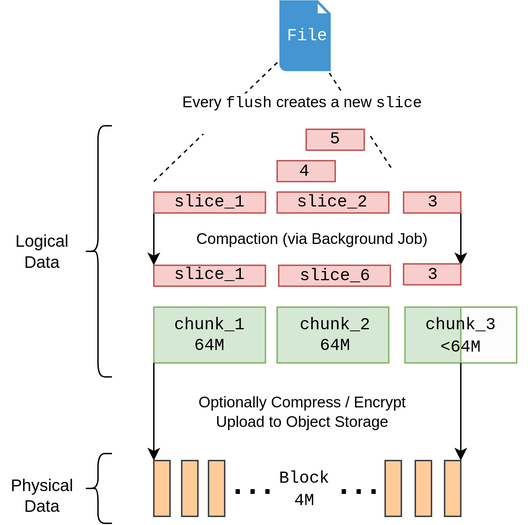
Above: docs/en/images/data-structure-diagram.svg in juicedata/juicefs (draw.io), before the change. Source tidied: cells renumbered, new cells last; positions are measured from the earlier drawing's top-left corner, leaving out a move shared by most shapes. Its diagram source:
```xml
<mxGraphModel>
  <root>
    <mxCell id="0" />
    <mxCell id="1" parent="0" />
    <mxCell id="2" style="shadow=0;dashed=0;html=1;strokeColor=none;fillColor=#4495D1;labelPosition=center;verticalLabelPosition=bottom;verticalAlign=top;align=center;outlineConnect=0;shape=mxgraph.veeam.2d.file;" parent="1" vertex="1">
      <mxGeometry x="200" width="36.8" height="50.8" as="geometry" />
    </mxCell>
    <mxCell id="3" value="&lt;font face=&quot;Courier New&quot;&gt;File&lt;/font&gt;" style="text;strokeColor=none;align=center;fillColor=none;html=1;verticalAlign=middle;whiteSpace=wrap;rounded=0;fontColor=#ffffff;" parent="1" vertex="1">
      <mxGeometry x="190" y="10.4" width="60" height="30" as="geometry" />
    </mxCell>
    <mxCell id="4" value="&lt;p style=&quot;margin:13px;&quot;&gt;&lt;br&gt;&lt;/p&gt;" style="shape=rect;html=1;overflow=fill;whiteSpace=wrap;align=center;fillColor=#d5e8d4;strokeColor=#82b366;" parent="1" vertex="1">
      <mxGeometry x="198.4" y="220" width="80" height="40" as="geometry" />
    </mxCell>
    <mxCell id="5" value="&lt;p style=&quot;text-align: left; margin: 13px;&quot;&gt;&lt;br&gt;&lt;/p&gt;" style="shape=rect;html=1;overflow=fill;whiteSpace=wrap;align=center;fillColor=#d5e8d4;strokeColor=#82b366;" parent="1" vertex="1">
      <mxGeometry x="110" y="220" width="80" height="40" as="geometry" />
    </mxCell>
    <mxCell id="6" value="&lt;p style=&quot;margin:13px;&quot;&gt;&lt;br&gt;&lt;/p&gt;" style="shape=rect;html=1;overflow=fill;whiteSpace=wrap;align=center;fillColor=#d5e8d4;strokeColor=#82b366;gradientColor=none;gradientDirection=east;" parent="1" vertex="1">
      <mxGeometry x="290" y="220" width="80" height="40" as="geometry" />
    </mxCell>
    <mxCell id="7" style="endArrow=none;dashed=1;html=1;rounded=0;exitX=0;exitY=0;exitDx=0;exitDy=0;" parent="1" edge="1" target="2">
      <mxGeometry relative="1" as="geometry">
        <mxPoint x="110" y="130" as="sourcePoint" />
      </mxGeometry>
    </mxCell>
    <mxCell id="8" style="endArrow=none;dashed=1;html=1;rounded=0;exitX=1;exitY=0;exitDx=0;exitDy=0;" parent="1" edge="1" target="2">
      <mxGeometry relative="1" as="geometry">
        <mxPoint x="280" y="120" as="sourcePoint" />
      </mxGeometry>
    </mxCell>
    <mxCell id="9" value="chunk_1&lt;br&gt;64M" style="text;strokeColor=none;align=center;fillColor=none;html=1;verticalAlign=middle;whiteSpace=wrap;rounded=0;fontFamily=Courier New;" parent="1" vertex="1">
      <mxGeometry x="100" y="225" width="100" height="30" as="geometry" />
    </mxCell>
    <mxCell id="10" value="chunk_2&lt;br&gt;64M" style="text;strokeColor=none;align=center;fillColor=none;html=1;verticalAlign=middle;whiteSpace=wrap;rounded=0;fontFamily=Courier New;" parent="1" vertex="1">
      <mxGeometry x="190" y="225" width="100" height="30" as="geometry" />
    </mxCell>
    <mxCell id="11" value="&lt;p style=&quot;margin:13px;&quot;&gt;&lt;br&gt;&lt;/p&gt;" style="shape=rect;html=1;overflow=fill;whiteSpace=wrap;align=center;fillColor=#FCFCFC;strokeColor=#82b366;gradientColor=none;gradientDirection=east;" parent="1" vertex="1">
      <mxGeometry x="330" y="220" width="40" height="40" as="geometry" />
    </mxCell>
    <mxCell id="12" value="&lt;font face=&quot;Courier New&quot;&gt;chunk_3&lt;br&gt;&amp;lt;64M&lt;/font&gt;" style="text;strokeColor=none;align=center;fillColor=none;html=1;verticalAlign=middle;whiteSpace=wrap;rounded=0;" parent="1" vertex="1">
      <mxGeometry x="280" y="225" width="100" height="30" as="geometry" />
    </mxCell>
    <mxCell id="13" value="&lt;p style=&quot;text-align: left; margin: 13px;&quot;&gt;&lt;br&gt;&lt;/p&gt;" style="shape=rect;html=1;overflow=fill;whiteSpace=wrap;align=center;fillColor=#ffcc99;strokeColor=#36393d;" parent="1" vertex="1">
      <mxGeometry x="110" y="330" width="11.6" height="40" as="geometry" />
    </mxCell>
    <mxCell id="14" value="&lt;p style=&quot;text-align: left; margin: 13px;&quot;&gt;&lt;br&gt;&lt;/p&gt;" style="shape=rect;html=1;overflow=fill;whiteSpace=wrap;align=center;fillColor=#ffcc99;strokeColor=#36393d;" parent="1" vertex="1">
      <mxGeometry x="130" y="330" width="11.6" height="40" as="geometry" />
    </mxCell>
    <mxCell id="15" value="&lt;p style=&quot;text-align: left; margin: 13px;&quot;&gt;&lt;br&gt;&lt;/p&gt;" style="shape=rect;html=1;overflow=fill;whiteSpace=wrap;align=center;fillColor=#ffcc99;strokeColor=#36393d;" parent="1" vertex="1">
      <mxGeometry x="149.2" y="330" width="11.6" height="40" as="geometry" />
    </mxCell>
    <mxCell id="16" value="&lt;p style=&quot;text-align: left; margin: 13px;&quot;&gt;&lt;br&gt;&lt;/p&gt;" style="shape=rect;html=1;overflow=fill;whiteSpace=wrap;align=center;fillColor=#ffcc99;strokeColor=#36393d;" parent="1" vertex="1">
      <mxGeometry x="275.8" y="330" width="11.6" height="40" as="geometry" />
    </mxCell>
    <mxCell id="17" value="&lt;p style=&quot;text-align: left; margin: 13px;&quot;&gt;&lt;br&gt;&lt;/p&gt;" style="shape=rect;html=1;overflow=fill;whiteSpace=wrap;align=center;fillColor=#ffcc99;strokeColor=#36393d;" parent="1" vertex="1">
      <mxGeometry x="297.4" y="330" width="11.6" height="40" as="geometry" />
    </mxCell>
    <mxCell id="18" value="&lt;p style=&quot;text-align: left; margin: 13px;&quot;&gt;&lt;br&gt;&lt;/p&gt;" style="shape=rect;html=1;overflow=fill;whiteSpace=wrap;align=center;fillColor=#ffcc99;strokeColor=#36393d;" parent="1" vertex="1">
      <mxGeometry x="318.4" y="330" width="11.6" height="40" as="geometry" />
    </mxCell>
    <mxCell id="19" value="&lt;font face=&quot;Courier New&quot;&gt;Block 4M&lt;br&gt;&lt;/font&gt;" style="text;strokeColor=none;align=center;fillColor=none;html=1;verticalAlign=middle;whiteSpace=wrap;rounded=0;" parent="1" vertex="1">
      <mxGeometry x="191.3" y="335" width="54.2" height="30" as="geometry" />
    </mxCell>
    <mxCell id="20" style="shape=curlyBracket;whiteSpace=wrap;html=1;rounded=1;labelPosition=left;verticalLabelPosition=middle;align=right;verticalAlign=middle;" parent="1" vertex="1">
      <mxGeometry x="60" y="90" width="20" height="180" as="geometry" />
    </mxCell>
    <mxCell id="21" value="Logical&lt;br&gt;Data" style="text;strokeColor=none;align=center;fillColor=none;html=1;verticalAlign=middle;whiteSpace=wrap;rounded=0;" parent="1" vertex="1">
      <mxGeometry y="165" width="60" height="30" as="geometry" />
    </mxCell>
    <mxCell id="22" style="shape=curlyBracket;whiteSpace=wrap;html=1;rounded=1;labelPosition=left;verticalLabelPosition=middle;align=right;verticalAlign=middle;" parent="1" vertex="1">
      <mxGeometry x="60" y="325" width="20" height="50" as="geometry" />
    </mxCell>
    <mxCell id="23" value="Physical&lt;br&gt;Data" style="text;strokeColor=none;align=center;fillColor=none;html=1;verticalAlign=middle;whiteSpace=wrap;rounded=0;" parent="1" vertex="1">
      <mxGeometry y="340" width="60" height="30" as="geometry" />
    </mxCell>
    <mxCell id="24" style="endArrow=classic;html=1;rounded=0;exitX=0;exitY=1;exitDx=0;exitDy=0;entryX=0;entryY=0;entryDx=0;entryDy=0;" parent="1" edge="1" source="5" target="13">
      <mxGeometry relative="1" as="geometry" />
    </mxCell>
    <mxCell id="25" value="Optionally Compress / Encrypt&lt;br&gt;Upload to Object Storage" style="edgeLabel;html=1;align=center;verticalAlign=middle;fontFamily=Helvetica;" parent="24" vertex="1">
      <mxGeometry relative="1" as="geometry">
        <mxPoint x="106" as="offset" />
      </mxGeometry>
    </mxCell>
    <mxCell id="26" style="endArrow=classic;html=1;rounded=0;exitX=0.5;exitY=1;exitDx=0;exitDy=0;" parent="1" edge="1" source="6">
      <mxGeometry relative="1" as="geometry">
        <mxPoint x="330" y="330" as="targetPoint" />
      </mxGeometry>
    </mxCell>
    <mxCell id="27" value="&lt;font style=&quot;font-size: 32px;&quot;&gt;&lt;span&gt;···&lt;/span&gt;&lt;/font&gt;" style="text;strokeColor=none;align=center;fillColor=none;html=1;verticalAlign=middle;whiteSpace=wrap;rounded=0;fontStyle=0;" parent="1" vertex="1">
      <mxGeometry x="150.8" y="335" width="60" height="30" as="geometry" />
    </mxCell>
    <mxCell id="28" value="&lt;font style=&quot;font-size: 32px;&quot;&gt;&lt;span&gt;···&lt;/span&gt;&lt;/font&gt;" style="text;strokeColor=none;align=center;fillColor=none;html=1;verticalAlign=middle;whiteSpace=wrap;rounded=0;fontStyle=0;" parent="1" vertex="1">
      <mxGeometry x="227.4" y="335" width="60" height="30" as="geometry" />
    </mxCell>
    <mxCell id="29" value="Every &lt;font face=&quot;Courier New&quot;&gt;flush&lt;/font&gt; creates a new &lt;font face=&quot;Courier New&quot;&gt;slice&lt;br&gt;&lt;br&gt;&lt;/font&gt;" style="edgeLabel;html=1;align=center;verticalAlign=middle;fontFamily=Helvetica;" parent="1" vertex="1">
      <mxGeometry x="215.8" y="80.8" as="geometry" />
    </mxCell>
    <mxCell id="30" value="&lt;p style=&quot;margin:13px;&quot;&gt;&lt;br&gt;&lt;/p&gt;" style="shape=rect;html=1;overflow=fill;whiteSpace=wrap;align=center;fillColor=#f8cecc;strokeColor=#b85450;" parent="1" vertex="1">
      <mxGeometry x="110" y="190" width="80" height="15" as="geometry" />
    </mxCell>
    <mxCell id="31" value="slice_1" style="text;strokeColor=none;align=center;fillColor=none;html=1;verticalAlign=middle;whiteSpace=wrap;rounded=0;fontFamily=Courier New;" parent="1" vertex="1">
      <mxGeometry x="120" y="181.5" width="60" height="30" as="geometry" />
    </mxCell>
    <mxCell id="32" style="endArrow=classic;html=1;rounded=0;entryX=0;entryY=0;entryDx=0;entryDy=0;exitX=0;exitY=1;exitDx=0;exitDy=0;" parent="1" edge="1" source="35" target="30">
      <mxGeometry relative="1" as="geometry" />
    </mxCell>
    <mxCell id="33" value="Compaction (via Background Job)" style="edgeLabel;html=1;align=center;verticalAlign=middle;fontFamily=Helvetica;" parent="32" vertex="1">
      <mxGeometry relative="1" as="geometry">
        <mxPoint x="113" y="-1" as="offset" />
      </mxGeometry>
    </mxCell>
    <mxCell id="34" style="endArrow=classic;html=1;rounded=0;exitX=0.842;exitY=0.667;exitDx=0;exitDy=0;entryX=0.842;entryY=0.283;entryDx=0;entryDy=0;entryPerimeter=0;exitPerimeter=0;" parent="1" edge="1" source="40" target="48">
      <mxGeometry relative="1" as="geometry" />
    </mxCell>
    <mxCell id="35" value="&lt;p style=&quot;margin:13px;&quot;&gt;&lt;br&gt;&lt;/p&gt;" style="shape=rect;html=1;overflow=fill;whiteSpace=wrap;align=center;fillColor=#f8cecc;strokeColor=#b85450;" parent="1" vertex="1">
      <mxGeometry x="110" y="137.5" width="80" height="15" as="geometry" />
    </mxCell>
    <mxCell id="36" value="slice_1" style="text;strokeColor=none;align=center;fillColor=none;html=1;verticalAlign=middle;whiteSpace=wrap;rounded=0;fontFamily=Courier New;" parent="1" vertex="1">
      <mxGeometry x="120" y="130" width="60" height="30" as="geometry" />
    </mxCell>
    <mxCell id="37" value="&lt;p style=&quot;margin:13px;&quot;&gt;&lt;br&gt;&lt;/p&gt;" style="shape=rect;html=1;overflow=fill;whiteSpace=wrap;align=center;fillColor=#f8cecc;strokeColor=#b85450;" parent="1" vertex="1">
      <mxGeometry x="198.4" y="137.5" width="80" height="15" as="geometry" />
    </mxCell>
    <mxCell id="38" value="slice_2" style="text;strokeColor=none;align=center;fillColor=none;html=1;verticalAlign=middle;whiteSpace=wrap;rounded=0;fontFamily=Courier New;" parent="1" vertex="1">
      <mxGeometry x="208.4" y="130" width="60" height="30" as="geometry" />
    </mxCell>
    <mxCell id="39" value="&lt;p style=&quot;margin:13px;&quot;&gt;&lt;br&gt;&lt;/p&gt;" style="shape=rect;html=1;overflow=fill;whiteSpace=wrap;align=center;fillColor=#f8cecc;strokeColor=#b85450;" parent="1" vertex="1">
      <mxGeometry x="289" y="137.5" width="41" height="15" as="geometry" />
    </mxCell>
    <mxCell id="40" value="3" style="text;strokeColor=none;align=center;fillColor=none;html=1;verticalAlign=middle;whiteSpace=wrap;rounded=0;fontFamily=Courier New;" parent="1" vertex="1">
      <mxGeometry x="279.5" y="130" width="60" height="30" as="geometry" />
    </mxCell>
    <mxCell id="41" value="&lt;p style=&quot;margin:13px;&quot;&gt;&lt;br&gt;&lt;/p&gt;" style="shape=rect;html=1;overflow=fill;whiteSpace=wrap;align=center;fillColor=#f8cecc;strokeColor=#b85450;" parent="1" vertex="1">
      <mxGeometry x="198.4" y="115" width="41.6" height="15" as="geometry" />
    </mxCell>
    <mxCell id="42" value="4" style="text;strokeColor=none;align=center;fillColor=none;html=1;verticalAlign=middle;whiteSpace=wrap;rounded=0;fontFamily=Courier New;" parent="1" vertex="1">
      <mxGeometry x="188.4" y="107.5" width="60" height="30" as="geometry" />
    </mxCell>
    <mxCell id="43" value="&lt;p style=&quot;margin:13px;&quot;&gt;&lt;br&gt;&lt;/p&gt;" style="shape=rect;html=1;overflow=fill;whiteSpace=wrap;align=center;fillColor=#f8cecc;strokeColor=#b85450;" parent="1" vertex="1">
      <mxGeometry x="219.2" y="92.5" width="41.6" height="15" as="geometry" />
    </mxCell>
    <mxCell id="44" value="5" style="text;strokeColor=none;align=center;fillColor=none;html=1;verticalAlign=middle;whiteSpace=wrap;rounded=0;fontFamily=Courier New;" parent="1" vertex="1">
      <mxGeometry x="210" y="85" width="60" height="30" as="geometry" />
    </mxCell>
    <mxCell id="45" value="&lt;p style=&quot;margin:13px;&quot;&gt;&lt;br&gt;&lt;/p&gt;" style="shape=rect;html=1;overflow=fill;whiteSpace=wrap;align=center;fillColor=#f8cecc;strokeColor=#b85450;" parent="1" vertex="1">
      <mxGeometry x="199.5" y="190" width="80" height="15" as="geometry" />
    </mxCell>
    <mxCell id="46" value="slice_6" style="text;strokeColor=none;align=center;fillColor=none;html=1;verticalAlign=middle;whiteSpace=wrap;rounded=0;fontFamily=Courier New;" parent="1" vertex="1">
      <mxGeometry x="209.5" y="182.5" width="60" height="30" as="geometry" />
    </mxCell>
    <mxCell id="47" value="&lt;p style=&quot;margin:13px;&quot;&gt;&lt;br&gt;&lt;/p&gt;" style="shape=rect;html=1;overflow=fill;whiteSpace=wrap;align=center;fillColor=#f8cecc;strokeColor=#b85450;" parent="1" vertex="1">
      <mxGeometry x="289" y="189" width="41" height="15" as="geometry" />
    </mxCell>
    <mxCell id="48" value="3" style="text;strokeColor=none;align=center;fillColor=none;html=1;verticalAlign=middle;whiteSpace=wrap;rounded=0;fontFamily=Courier New;" parent="1" vertex="1">
      <mxGeometry x="279.5" y="181.5" width="60" height="30" as="geometry" />
    </mxCell>
  </root>
</mxGraphModel>
```
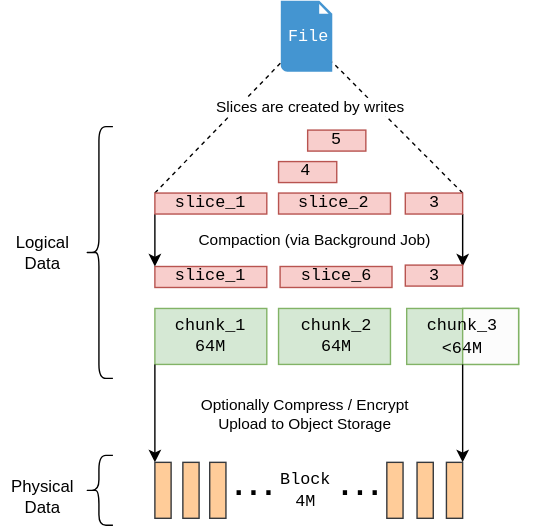
Above is the later version.

What changed in the source:
```diff
@@ -17,15 +17,11 @@
     <mxCell id="6" value="&lt;p style=&quot;margin:13px;&quot;&gt;&lt;br&gt;&lt;/p&gt;" style="shape=rect;html=1;overflow=fill;whiteSpace=wrap;align=center;fillColor=#d5e8d4;strokeColor=#82b366;gradientColor=none;gradientDirection=east;" parent="1" vertex="1">
       <mxGeometry x="290" y="220" width="80" height="40" as="geometry" />
     </mxCell>
-    <mxCell id="7" style="endArrow=none;dashed=1;html=1;rounded=0;exitX=0;exitY=0;exitDx=0;exitDy=0;" parent="1" edge="1" target="2">
-      <mxGeometry relative="1" as="geometry">
-        <mxPoint x="110" y="130" as="sourcePoint" />
-      </mxGeometry>
+    <mxCell id="7" style="endArrow=none;dashed=1;html=1;rounded=0;exitX=0;exitY=0;exitDx=0;exitDy=0;" parent="1" edge="1" source="35" target="2">
+      <mxGeometry relative="1" as="geometry" />
     </mxCell>
-    <mxCell id="8" style="endArrow=none;dashed=1;html=1;rounded=0;exitX=1;exitY=0;exitDx=0;exitDy=0;" parent="1" edge="1" target="2">
-      <mxGeometry relative="1" as="geometry">
-        <mxPoint x="280" y="120" as="sourcePoint" />
-      </mxGeometry>
+    <mxCell id="8" style="endArrow=none;dashed=1;html=1;rounded=0;exitX=1;exitY=0;exitDx=0;exitDy=0;" parent="1" edge="1" source="39" target="2">
+      <mxGeometry relative="1" as="geometry" />
     </mxCell>
     <mxCell id="9" value="chunk_1&lt;br&gt;64M" style="text;strokeColor=none;align=center;fillColor=none;html=1;verticalAlign=middle;whiteSpace=wrap;rounded=0;fontFamily=Courier New;" parent="1" vertex="1">
       <mxGeometry x="100" y="225" width="100" height="30" as="geometry" />
@@ -91,7 +87,7 @@
     <mxCell id="28" value="&lt;font style=&quot;font-size: 32px;&quot;&gt;&lt;span&gt;···&lt;/span&gt;&lt;/font&gt;" style="text;strokeColor=none;align=center;fillColor=none;html=1;verticalAlign=middle;whiteSpace=wrap;rounded=0;fontStyle=0;" parent="1" vertex="1">
       <mxGeometry x="227.4" y="335" width="60" height="30" as="geometry" />
     </mxCell>
-    <mxCell id="29" value="Every &lt;font face=&quot;Courier New&quot;&gt;flush&lt;/font&gt; creates a new &lt;font face=&quot;Courier New&quot;&gt;slice&lt;br&gt;&lt;br&gt;&lt;/font&gt;" style="edgeLabel;html=1;align=center;verticalAlign=middle;fontFamily=Helvetica;" parent="1" vertex="1">
+    <mxCell id="29" value="&lt;br&gt;" style="edgeLabel;html=1;align=center;verticalAlign=middle;fontFamily=Helvetica;" parent="1" vertex="1">
       <mxGeometry x="215.8" y="80.8" as="geometry" />
     </mxCell>
     <mxCell id="30" value="&lt;p style=&quot;margin:13px;&quot;&gt;&lt;br&gt;&lt;/p&gt;" style="shape=rect;html=1;overflow=fill;whiteSpace=wrap;align=center;fillColor=#f8cecc;strokeColor=#b85450;" parent="1" vertex="1">
@@ -108,7 +104,7 @@
         <mxPoint x="113" y="-1" as="offset" />
       </mxGeometry>
     </mxCell>
-    <mxCell id="34" style="endArrow=classic;html=1;rounded=0;exitX=0.842;exitY=0.667;exitDx=0;exitDy=0;entryX=0.842;entryY=0.283;entryDx=0;entryDy=0;entryPerimeter=0;exitPerimeter=0;" parent="1" edge="1" source="40" target="48">
+    <mxCell id="34" style="endArrow=classic;html=1;rounded=0;exitX=1;exitY=1;exitDx=0;exitDy=0;entryX=0.842;entryY=0.283;entryDx=0;entryDy=0;entryPerimeter=0;" parent="1" edge="1" source="39" target="48">
       <mxGeometry relative="1" as="geometry" />
     </mxCell>
     <mxCell id="35" value="&lt;p style=&quot;margin:13px;&quot;&gt;&lt;br&gt;&lt;/p&gt;" style="shape=rect;html=1;overflow=fill;whiteSpace=wrap;align=center;fillColor=#f8cecc;strokeColor=#b85450;" parent="1" vertex="1">
@@ -127,7 +123,7 @@
       <mxGeometry x="289" y="137.5" width="41" height="15" as="geometry" />
     </mxCell>
     <mxCell id="40" value="3" style="text;strokeColor=none;align=center;fillColor=none;html=1;verticalAlign=middle;whiteSpace=wrap;rounded=0;fontFamily=Courier New;" parent="1" vertex="1">
-      <mxGeometry x="279.5" y="130" width="60" height="30" as="geometry" />
+      <mxGeometry x="289.5" y="135" width="40" height="20" as="geometry" />
     </mxCell>
     <mxCell id="41" value="&lt;p style=&quot;margin:13px;&quot;&gt;&lt;br&gt;&lt;/p&gt;" style="shape=rect;html=1;overflow=fill;whiteSpace=wrap;align=center;fillColor=#f8cecc;strokeColor=#b85450;" parent="1" vertex="1">
       <mxGeometry x="198.4" y="115" width="41.6" height="15" as="geometry" />
@@ -153,5 +149,8 @@
     <mxCell id="48" value="3" style="text;strokeColor=none;align=center;fillColor=none;html=1;verticalAlign=middle;whiteSpace=wrap;rounded=0;fontFamily=Courier New;" parent="1" vertex="1">
       <mxGeometry x="279.5" y="181.5" width="60" height="30" as="geometry" />
     </mxCell>
+    <mxCell id="49" value="Slices are created by writes" style="edgeLabel;html=1;align=center;verticalAlign=middle;fontFamily=Helvetica;" parent="1" vertex="1">
+      <mxGeometry x="220" y="75" as="geometry" />
+    </mxCell>
   </root>
 </mxGraphModel>
```
